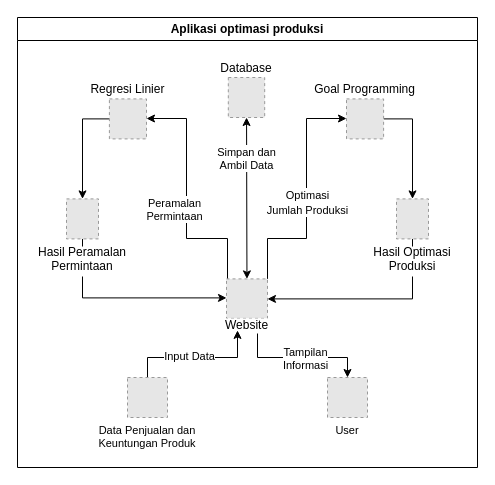
The draw.io diagram Arsitektur Teknlogi Informasi RTI.drawio in brogangin/brogangin-resolusi, before the edit. Source tidied: cells renumbered, new cells numbered last; positions are measured from the earlier drawing's top-left corner, leaving out a move shared by most shapes. Both pictures are drawn from the tidied source at 100%, with x=0, y=0 at pixel (17, 17). Pictures stored in the file or linked from it are replaced by grey dashed boxes.
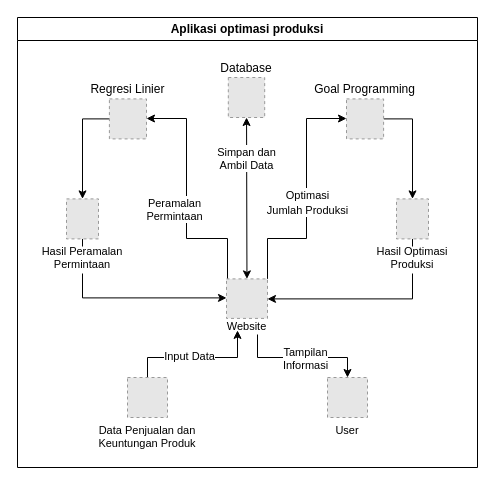
The same page after the edit.

Commit message:
Update Arsitektur Teknlogi Informasi RTI.drawio | fix font size

The change refers to these unchanged cells:
```xml
<mxCell id="2" value="Aplikasi optimasi produksi" style="swimlane;whiteSpace=wrap;html=1;" parent="1" vertex="1">
  <mxGeometry width="460" height="450" as="geometry" />
</mxCell>
```

Change to the diagram source:
```diff
@@
-    <mxCell id="13" value="Website" style="fillColor=#E6E6E6;strokeColor=#999999;dashed=1;verticalLabelPosition=bottom;labelBackgroundColor=default;verticalAlign=top;align=center;fontFamily=Helvetica;fontSize=12;fontColor=default;labelPosition=center;spacing=-5;" parent="2" vertex="1">
+    <mxCell id="13" value="Website" style="fillColor=#E6E6E6;strokeColor=#999999;dashed=1;verticalLabelPosition=bottom;labelBackgroundColor=default;verticalAlign=top;align=center;fontFamily=Helvetica;fontSize=11;fontColor=default;labelPosition=center;spacing=-3;" parent="2" vertex="1">
       <mxGeometry x="209" y="261.4" width="41" height="39.5" as="geometry" />
     </mxCell>
@@
-    <mxCell id="21" value="Hasil Optimasi&#10;Produksi" style="fillColor=#E6E6E6;strokeColor=#999999;dashed=1;verticalLabelPosition=bottom;labelBackgroundColor=default;verticalAlign=top;align=center;fontFamily=Helvetica;fontSize=12;fontColor=default;" parent="2" vertex="1">
+    <mxCell id="21" value="Hasil Optimasi&#10;Produksi" style="fillColor=#E6E6E6;strokeColor=#999999;dashed=1;verticalLabelPosition=bottom;labelBackgroundColor=default;verticalAlign=top;align=center;fontFamily=Helvetica;fontSize=11;fontColor=default;" parent="2" vertex="1">
       <mxGeometry x="379" y="181.4" width="32" height="40" as="geometry" />
     </mxCell>
@@
-    <mxCell id="23" value="Hasil Peramalan&#10;Permintaan" style="fillColor=#E6E6E6;strokeColor=#999999;dashed=1;verticalLabelPosition=bottom;labelBackgroundColor=default;verticalAlign=top;align=center;fontFamily=Helvetica;fontSize=12;fontColor=default;" parent="2" vertex="1">
+    <mxCell id="23" value="Hasil Peramalan&#10;Permintaan" style="fillColor=#E6E6E6;strokeColor=#999999;dashed=1;verticalLabelPosition=bottom;labelBackgroundColor=default;verticalAlign=top;align=center;fontFamily=Helvetica;fontSize=11;fontColor=default;" parent="2" vertex="1">
       <mxGeometry x="49" y="181.4" width="32" height="40" as="geometry" />
     </mxCell>
```
